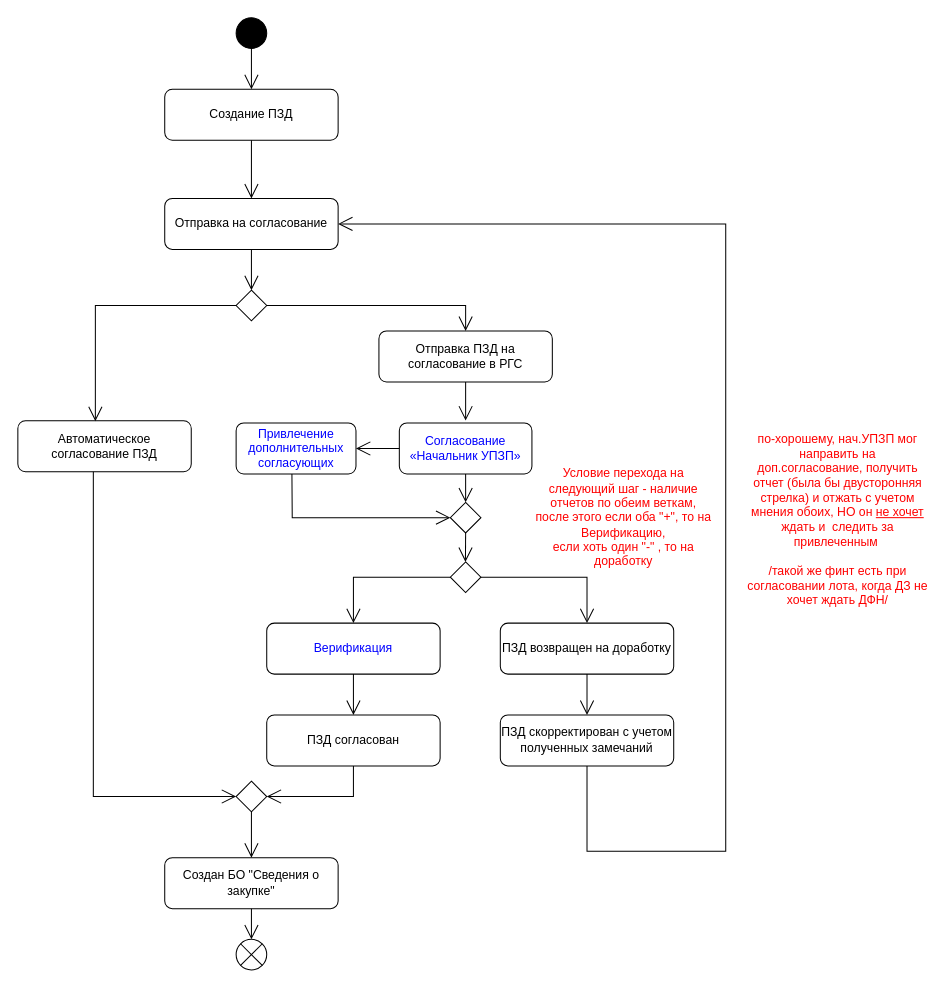
realrvs/drawio keeps this draw.io diagram as page "Подготовка к закупкам" (3 of 8) of Предметная область SRM.drawio. Above is the earlier version. Source tidied: cells renumbered, new cells numbered last; positions are measured from the earlier drawing's top-left corner, leaving out a move shared by most shapes. Both pictures are drawn from the tidied source at 102%, with x=0, y=0 at pixel (17, 17).
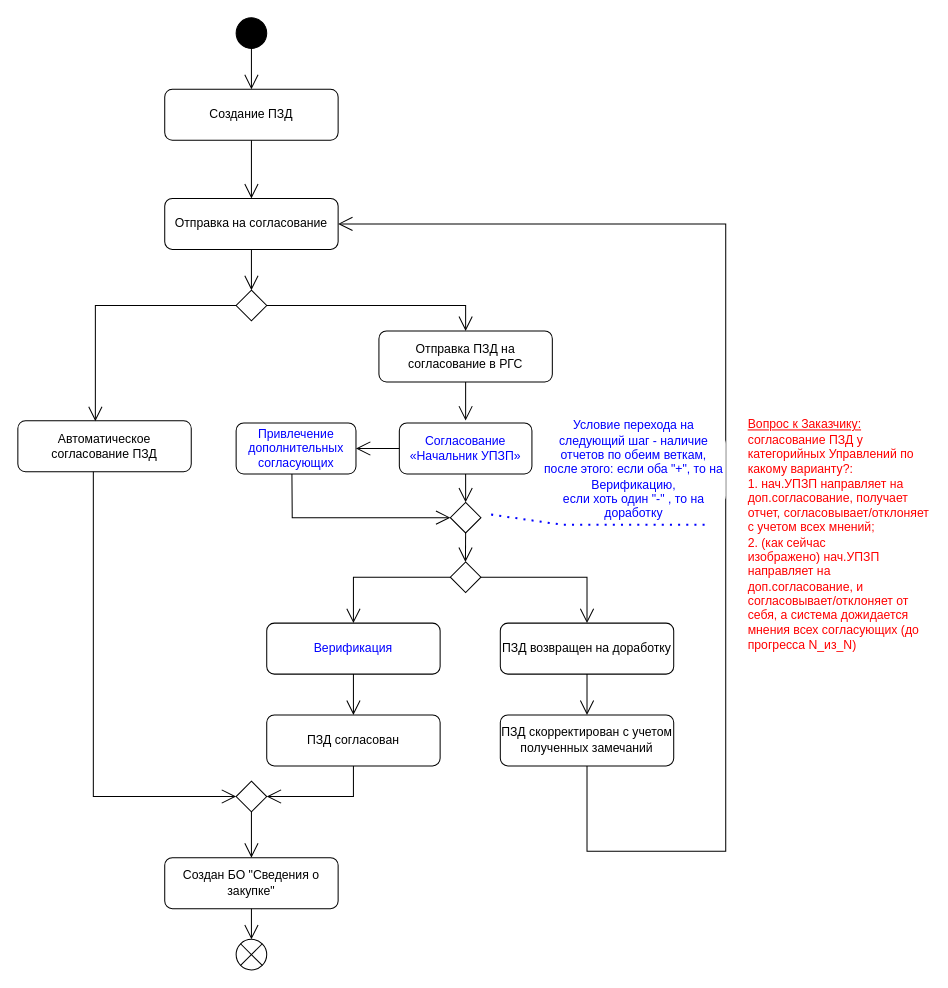
The same page after the edit.

The edit, as a diff of the source:
```diff
@@
-    <mxCell id="39" value="&lt;span&gt;&lt;font style=&quot;color: rgb(255, 0, 0);&quot;&gt;Условие перехода на следующий шаг - наличие отчетов по обеим веткам,&lt;/font&gt;&lt;/span&gt;&lt;div&gt;&lt;span&gt;&lt;font style=&quot;color: rgb(255, 0, 0);&quot;&gt;после этого если оба &quot;+&quot;, то на Верификацию,&lt;/font&gt;&lt;/span&gt;&lt;/div&gt;&lt;div&gt;&lt;span&gt;&lt;font style=&quot;color: rgb(255, 0, 0);&quot;&gt;если хоть один &quot;-&quot; , то на доработку&lt;/font&gt;&lt;/span&gt;&lt;/div&gt;" style="html=1;whiteSpace=wrap;rounded=1;strokeColor=none;" parent="1" vertex="1">
-      <mxGeometry x="504" y="454" width="180" height="72" as="geometry" />
+    <mxCell id="39" value="&lt;span&gt;&lt;font style=&quot;&quot;&gt;Условие перехода на следующий шаг - наличие отчетов по обеим веткам,&lt;/font&gt;&lt;/span&gt;&lt;div&gt;&lt;span&gt;&lt;font style=&quot;&quot;&gt;после этого: если оба &quot;+&quot;, то на Верификацию,&lt;/font&gt;&lt;/span&gt;&lt;/div&gt;&lt;div&gt;&lt;span&gt;&lt;font style=&quot;&quot;&gt;если хоть один &quot;-&quot; , то на доработку&lt;/font&gt;&lt;/span&gt;&lt;/div&gt;" style="html=1;whiteSpace=wrap;rounded=1;strokeColor=none;fontColor=light-dark(#0000FF,#0000FF);" parent="1" vertex="1">
+      <mxGeometry x="514" y="407" width="180" height="72" as="geometry" />
     </mxCell>
-    <mxCell id="40" value="&lt;font style=&quot;color: rgb(255, 0, 0);&quot;&gt;по-хорошему, нач.УПЗП мог направить на доп.согласование, получить отчет (была бы двусторонняя стрелка) и отжать с учетом мнения обоих, НО он &lt;u style=&quot;&quot;&gt;не хочет&lt;/u&gt; ждать и&amp;nbsp; следить за привлеченным&amp;nbsp;&lt;/font&gt;&lt;div&gt;&lt;font style=&quot;color: rgb(255, 0, 0);&quot;&gt;&lt;br&gt;&lt;/font&gt;&lt;div&gt;&lt;font style=&quot;color: rgb(255, 0, 0);&quot;&gt;/такой же финт есть при согласовании лота, когда ДЗ не хочет ждать ДФН/&lt;/font&gt;&lt;/div&gt;&lt;/div&gt;" style="html=1;whiteSpace=wrap;rounded=1;strokeColor=none;" parent="1" vertex="1">
-      <mxGeometry x="714" y="407" width="180" height="170" as="geometry" />
+    <mxCell id="40" value="&lt;font style=&quot;color: rgb(255, 0, 0);&quot;&gt;&lt;u&gt;Вопрос к Заказчику:&lt;/u&gt;&lt;/font&gt;&lt;div&gt;&lt;font style=&quot;color: rgb(255, 0, 0);&quot;&gt;согласование ПЗД у категорийных Управлений по какому варианту?:&lt;/font&gt;&lt;/div&gt;&lt;div&gt;&lt;font style=&quot;color: rgb(255, 0, 0);&quot;&gt;1. нач.УПЗП направляет на доп.согласование, получает отчет, согласовывает/отклоняет с учетом всех мнений;&lt;/font&gt;&lt;/div&gt;&lt;div&gt;&lt;font style=&quot;color: rgb(255, 0, 0);&quot;&gt;2. (как сейчас изображено)&amp;nbsp;&lt;/font&gt;&lt;span style=&quot;color: rgb(255, 0, 0); background-color: transparent;&quot;&gt;нач.УПЗП направляет на доп.согласование, и согласовывает/отклоняет от себя, а система дожидается мнения всех согласующих (до прогресса N_из_N)&lt;/span&gt;&lt;/div&gt;" style="html=1;whiteSpace=wrap;rounded=1;strokeColor=none;align=left;" parent="1" vertex="1">
+      <mxGeometry x="714" y="377" width="180" height="260" as="geometry" />
     </mxCell>
+    <mxCell id="41" style="endArrow=none;dashed=1;html=1;dashPattern=1 3;strokeWidth=2;rounded=0;strokeColor=light-dark(#0000FF,#0000FF);fontColor=light-dark(#0000FF,#0000FF);" parent="1" edge="1">
+      <mxGeometry relative="1" as="geometry">
+        <mxPoint x="464" y="487" as="sourcePoint" />
+        <mxPoint x="674" y="497" as="targetPoint" />
+        <Array as="points">
+          <mxPoint x="534" y="497" />
+        </Array>
+      </mxGeometry>
+    </mxCell>
```
